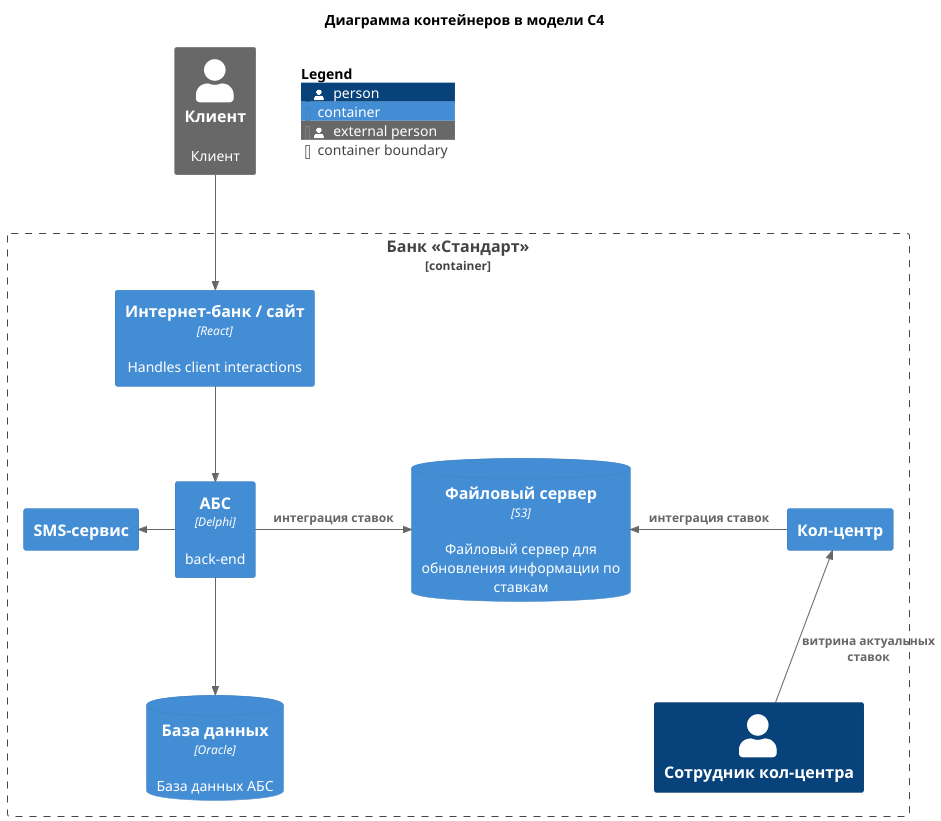
Above: Exc4/task-4-container-C4.png in vskurikhin/architecture-sprint-9 (PlantUML), before the change. Source of this version:
```plantuml
@startuml
!include C4.puml
!include C4_Context.puml
!include C4_Container.puml
!include C4_Component.puml

title Диаграмма контейнеров в модели C4

top to bottom direction

Person_Ext(client, "Клиент", "Клиент")

Container_Boundary(bankStandard, "Банк «Стандарт»") {
  Person(empCallCenter, "Сотрудник кол-центра")
  Container(site, "Интернет-банк / сайт", "React", "Handles client interactions")
  Container(abs, "АБС", "Delphi", "back-end")
  Container(smsService, "SMS-сервис")
  Container(callCenter, "Кол-центр")
  ContainerDb(database, "База данных", "Oracle", "База данных АБС")
  ContainerDb(fileStorage, "Файловый сервер", "S3", "Файловый сервер для обновления информации по ставкам")
}

Rel(client, site, "")
Rel(site, abs, "")
Rel_L(abs, smsService, "")
Rel(abs, database, "")
Rel_R(abs, fileStorage, "интеграция ставок")
Rel_L(callCenter, fileStorage, "интеграция ставок")
Rel_U(empCallCenter, callCenter, "витрина актуальных ставок")

SHOW_FLOATING_LEGEND()
@enduml
```
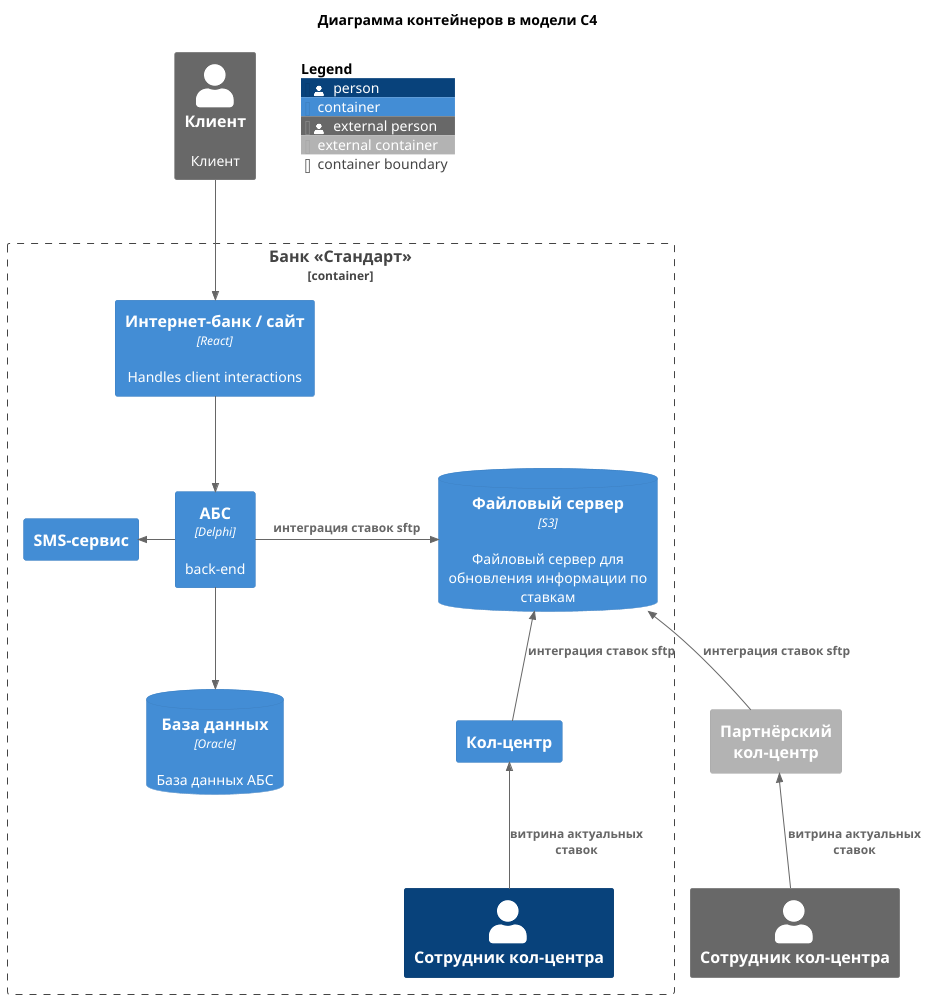
The same diagram one commit later.

The edit, as a diff of the source:
```diff
@@ -20,13 +20,18 @@
   ContainerDb(fileStorage, "Файловый сервер", "S3", "Файловый сервер для обновления информации по ставкам")
 }
 
+Container_Ext(callCenterExt, "Партнёрский кол-центр")
+Person_Ext(empCallCenterExt, "Сотрудник кол-центра")
+
 Rel(client, site, "")
 Rel(site, abs, "")
 Rel_L(abs, smsService, "")
 Rel(abs, database, "")
-Rel_R(abs, fileStorage, "интеграция ставок")
-Rel_L(callCenter, fileStorage, "интеграция ставок")
+Rel_R(abs, fileStorage, "интеграция ставок sftp")
+Rel_U(callCenter, fileStorage, "интеграция ставок sftp")
 Rel_U(empCallCenter, callCenter, "витрина актуальных ставок")
+Rel_U(callCenterExt, fileStorage, "интеграция ставок sftp")
+Rel_U(empCallCenterExt, callCenterExt, "витрина актуальных ставок")
 
 SHOW_FLOATING_LEGEND()
 @enduml
```
